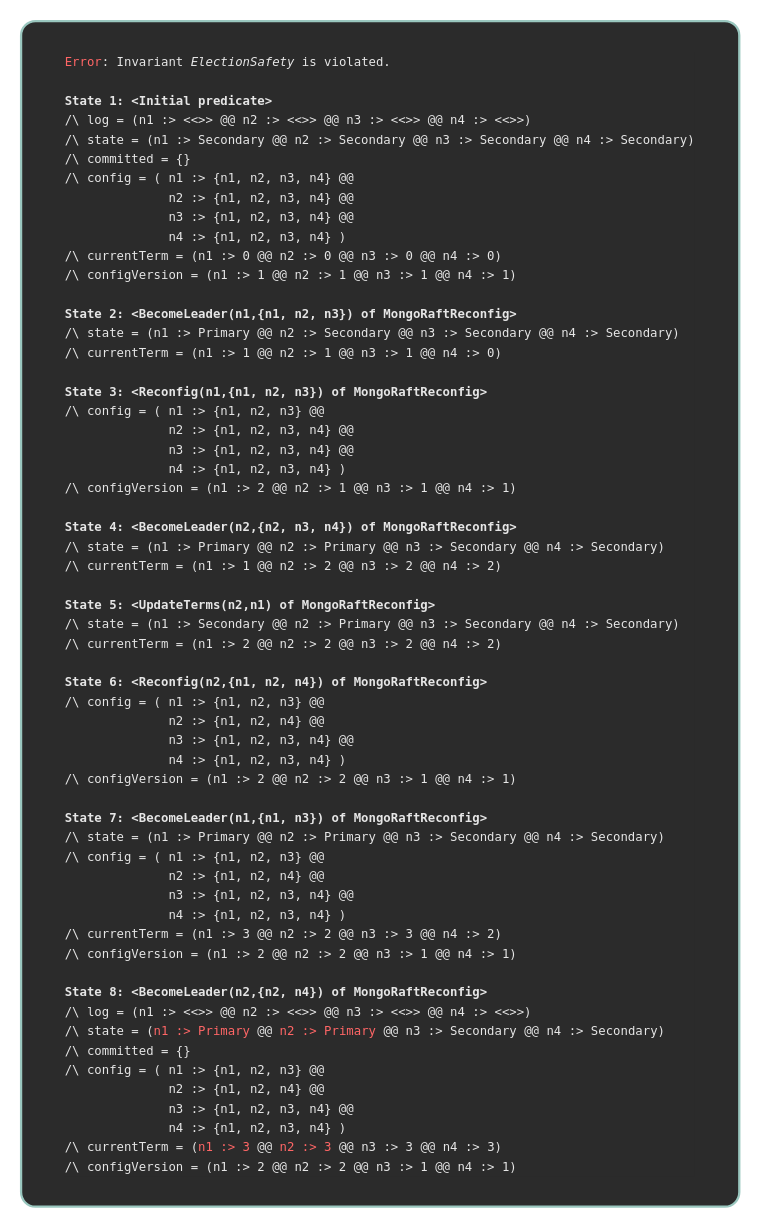
The draw.io diagram page "t4" (3 of 8) of traces/traces.drawio in will62794/reconfig-traces, before the edit. Source tidied: cells renumbered, new cells numbered last; positions are measured from the earlier drawing's top-left corner, leaving out a move shared by most shapes. Both pictures are drawn from the tidied source at 114%, with x=0, y=0 at pixel (21, 21).
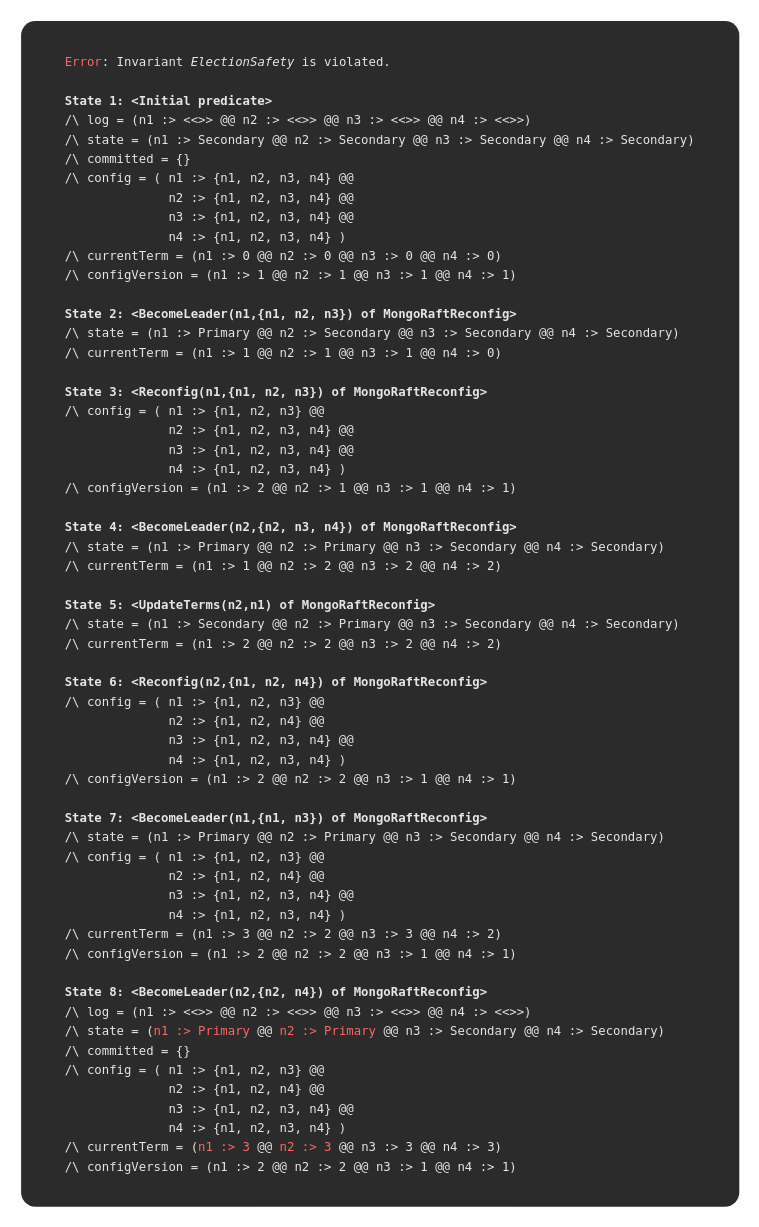
The same page after the edit.

Change to the diagram source:
```diff
@@
 <mxGraphModel>
   <root>
     <mxCell id="0" />
     <mxCell id="1" parent="0" />
-    <mxCell id="2" value="&lt;div style=&quot;background-color: rgb(43, 43, 43); line-height: 16px;&quot;&gt;&lt;div style=&quot;text-align: left;&quot;&gt;&lt;font face=&quot;Menlo, Monaco, Courier New, monospace&quot;&gt;&lt;span style=&quot;font-size: 10.8px; white-space: pre;&quot;&gt;&lt;font style=&quot;color: rgb(255, 102, 102);&quot;&gt;Error&lt;/font&gt;&lt;font color=&quot;#e6e6e6&quot;&gt;: Invariant &lt;i&gt;ElectionSafety&lt;/i&gt; is violated.&lt;br&gt;&lt;/font&gt;&lt;b style=&quot;color: rgb(230, 230, 230);&quot;&gt;&lt;br&gt;&lt;/b&gt;&lt;/span&gt;&lt;/font&gt;&lt;/div&gt;&lt;div style=&quot;text-align: left;&quot;&gt;&lt;font face=&quot;Menlo, Monaco, Courier New, monospace&quot;&gt;&lt;span style=&quot;font-size: 10.8px; white-space: pre;&quot;&gt;&lt;b style=&quot;color: rgb(230, 230, 230);&quot;&gt;State 1: &amp;lt;Initial predicate&amp;gt;&lt;br&gt;&lt;/b&gt;&lt;font color=&quot;#e6e6e6&quot;&gt;/\ log = (n1 :&amp;gt; &amp;lt;&amp;lt;&amp;gt;&amp;gt; @@ n2 :&amp;gt; &amp;lt;&amp;lt;&amp;gt;&amp;gt; @@ n3 :&amp;gt; &amp;lt;&amp;lt;&amp;gt;&amp;gt; @@ n4 :&amp;gt; &amp;lt;&amp;lt;&amp;gt;&amp;gt;)&lt;br&gt;/\ state = (n1 :&amp;gt; Secondary @@ n2 :&amp;gt; Secondary @@ n3 :&amp;gt; Secondary @@ n4 :&amp;gt; Secondary)&lt;br&gt;/\ committed = {}&lt;br&gt;/\ config = ( n1 :&amp;gt; {n1, n2, n3, n4} @@&lt;br&gt;              n2 :&amp;gt; {n1, n2, n3, n4} @@&lt;br&gt;              n3 :&amp;gt; {n1, n2, n3, n4} @@&lt;br&gt;              n4 :&amp;gt; {n1, n2, n3, n4} )&lt;br&gt;/\ currentTerm = (n1 :&amp;gt; 0 @@ n2 :&amp;gt; 0 @@ n3 :&amp;gt; 0 @@ n4 :&amp;gt; 0)&lt;br&gt;/\ configVersion = (n1 :&amp;gt; 1 @@ n2 :&amp;gt; 1 @@ n3 :&amp;gt; 1 @@ n4 :&amp;gt; 1)&lt;br&gt;&lt;br&gt;&lt;/font&gt;&lt;b style=&quot;color: rgb(230, 230, 230);&quot;&gt;State 2: &amp;lt;BecomeLeader(n1,{n1, n2, n3}) of MongoRaftReconfig&amp;gt;&lt;br&gt;&lt;/b&gt;&lt;font color=&quot;#e6e6e6&quot;&gt;/\ state = (n1 :&amp;gt; Primary @@ n2 :&amp;gt; Secondary @@ n3 :&amp;gt; Secondary @@ n4 :&amp;gt; Secondary)&lt;br&gt;/\ currentTerm = (n1 :&amp;gt; 1 @@ n2 :&amp;gt; 1 @@ n3 :&amp;gt; 1 @@ n4 :&amp;gt; 0)&lt;br&gt;&lt;br&gt;&lt;/font&gt;&lt;b style=&quot;color: rgb(230, 230, 230);&quot;&gt;State 3: &amp;lt;Reconfig(n1,{n1, n2, n3}) of MongoRaftReconfig&amp;gt;&lt;br&gt;&lt;/b&gt;&lt;font color=&quot;#e6e6e6&quot;&gt;/\ config = ( n1 :&amp;gt; {n1, n2, n3} @@&lt;br&gt;              n2 :&amp;gt; {n1, n2, n3, n4} @@&lt;br&gt;              n3 :&amp;gt; {n1, n2, n3, n4} @@&lt;br&gt;              n4 :&amp;gt; {n1, n2, n3, n4} )&lt;br&gt;/\ configVersion = (n1 :&amp;gt; 2 @@ n2 :&amp;gt; 1 @@ n3 :&amp;gt; 1 @@ n4 :&amp;gt; 1)&lt;br&gt;&lt;br&gt;&lt;/font&gt;&lt;b style=&quot;color: rgb(230, 230, 230);&quot;&gt;State 4: &amp;lt;BecomeLeader(n2,{n2, n3, n4}) of MongoRaftReconfig&amp;gt;&lt;br&gt;&lt;/b&gt;&lt;font color=&quot;#e6e6e6&quot;&gt;/\ state = (n1 :&amp;gt; Primary @@ n2 :&amp;gt; Primary @@ n3 :&amp;gt; Secondary @@ n4 :&amp;gt; Secondary)&lt;br&gt;/\ currentTerm = (n1 :&amp;gt; 1 @@ n2 :&amp;gt; 2 @@ n3 :&amp;gt; 2 @@ n4 :&amp;gt; 2)&lt;br&gt;&lt;br&gt;&lt;/font&gt;&lt;b style=&quot;color: rgb(230, 230, 230);&quot;&gt;State 5: &amp;lt;UpdateTerms(n2,n1) of MongoRaftReconfig&amp;gt;&lt;br&gt;&lt;/b&gt;&lt;font color=&quot;#e6e6e6&quot;&gt;/\ state = (n1 :&amp;gt; Secondary @@ n2 :&amp;gt; Primary @@ n3 :&amp;gt; Secondary @@ n4 :&amp;gt; Secondary)&lt;br&gt;/\ currentTerm = (n1 :&amp;gt; 2 @@ n2 :&amp;gt; 2 @@ n3 :&amp;gt; 2 @@ n4 :&amp;gt; 2)&lt;br&gt;&lt;br&gt;&lt;/font&gt;&lt;b style=&quot;color: rgb(230, 230, 230);&quot;&gt;State 6: &amp;lt;Reconfig(n2,{n1, n2, n4}) of MongoRaftReconfig&amp;gt;&lt;br&gt;&lt;/b&gt;&lt;font color=&quot;#e6e6e6&quot;&gt;/\ config = ( n1 :&amp;gt; {n1, n2, n3} @@&lt;br&gt;              n2 :&amp;gt; {n1, n2, n4} @@&lt;br&gt;              n3 :&amp;gt; {n1, n2, n3, n4} @@&lt;br&gt;              n4 :&amp;gt; {n1, n2, n3, n4} )&lt;br&gt;/\ configVersion = (n1 :&amp;gt; 2 @@ n2 :&amp;gt; 2 @@ n3 :&amp;gt; 1 @@ n4 :&amp;gt; 1)&lt;br&gt;&lt;br&gt;&lt;/font&gt;&lt;b style=&quot;color: rgb(230, 230, 230);&quot;&gt;State 7: &amp;lt;BecomeLeader(n1,{n1, n3}) of MongoRaftReconfig&amp;gt;&lt;br&gt;&lt;/b&gt;&lt;font color=&quot;#e6e6e6&quot;&gt;/\ state = (n1 :&amp;gt; Primary @@ n2 :&amp;gt; Primary @@ n3 :&amp;gt; Secondary @@ n4 :&amp;gt; Secondary)&lt;br&gt;/\ config = ( n1 :&amp;gt; {n1, n2, n3} @@&lt;br&gt;              n2 :&amp;gt; {n1, n2, n4} @@&lt;br&gt;              n3 :&amp;gt; {n1, n2, n3, n4} @@&lt;br&gt;              n4 :&amp;gt; {n1, n2, n3, n4} )&lt;br&gt;/\ currentTerm = (n1 :&amp;gt; 3 @@ n2 :&amp;gt; 2 @@ n3 :&amp;gt; 3 @@ n4 :&amp;gt; 2)&lt;br&gt;/\ configVersion = (n1 :&amp;gt; 2 @@ n2 :&amp;gt; 2 @@ n3 :&amp;gt; 1 @@ n4 :&amp;gt; 1)&lt;br&gt;&lt;br&gt;&lt;/font&gt;&lt;b style=&quot;color: rgb(230, 230, 230);&quot;&gt;State 8: &amp;lt;BecomeLeader(n2,{n2, n4}) of MongoRaftReconfig&amp;gt;&lt;br&gt;&lt;/b&gt;&lt;font color=&quot;#e6e6e6&quot;&gt;/\ log = (n1 :&amp;gt; &amp;lt;&amp;lt;&amp;gt;&amp;gt; @@ n2 :&amp;gt; &amp;lt;&amp;lt;&amp;gt;&amp;gt; @@ n3 :&amp;gt; &amp;lt;&amp;lt;&amp;gt;&amp;gt; @@ n4 :&amp;gt; &amp;lt;&amp;lt;&amp;gt;&amp;gt;)&lt;br&gt;/\ state = (&lt;/font&gt;&lt;font style=&quot;color: rgb(255, 102, 102);&quot;&gt;n1 :&amp;gt; Primary&lt;/font&gt;&lt;font color=&quot;#e6e6e6&quot;&gt; @@ &lt;/font&gt;&lt;font style=&quot;color: rgb(255, 102, 102);&quot;&gt;n2 :&amp;gt; Primary&lt;/font&gt;&lt;font color=&quot;#e6e6e6&quot;&gt; @@ n3 :&amp;gt; Secondary @@ n4 :&amp;gt; Secondary)&lt;br&gt;/\ committed = {}&lt;br&gt;/\ config = ( n1 :&amp;gt; {n1, n2, n3} @@&lt;br&gt;              n2 :&amp;gt; {n1, n2, n4} @@&lt;br&gt;              n3 :&amp;gt; {n1, n2, n3, n4} @@&lt;br&gt;              n4 :&amp;gt; {n1, n2, n3, n4} )&lt;br&gt;/\ currentTerm = (&lt;/font&gt;&lt;font style=&quot;color: rgb(255, 102, 102);&quot;&gt;n1 :&amp;gt; 3&lt;/font&gt;&lt;font color=&quot;#e6e6e6&quot;&gt; @@ &lt;/font&gt;&lt;font style=&quot;color: rgb(255, 102, 102);&quot;&gt;n2 :&amp;gt; 3&lt;/font&gt;&lt;font color=&quot;#e6e6e6&quot;&gt; @@ n3 :&amp;gt; 3 @@ n4 :&amp;gt; 3)&lt;br&gt;/\ configVersion = (n1 :&amp;gt; 2 @@ n2 :&amp;gt; 2 @@ n3 :&amp;gt; 1 @@ n4 :&amp;gt; 1)&lt;/font&gt;&lt;/span&gt;&lt;/font&gt;&lt;span style=&quot;color: rgb(169, 183, 198); font-family: Menlo, Monaco, &amp;quot;Courier New&amp;quot;, monospace; font-size: 10.8px; white-space: pre;&quot;&gt;&lt;br&gt;&lt;/span&gt;&lt;/div&gt;&lt;/div&gt;" style="text;html=1;align=center;verticalAlign=middle;whiteSpace=wrap;rounded=1;strokeColor=#9AC7BF;fillColor=light-dark(#2B2B2B,#282A35);gradientColor=none;arcSize=2;strokeWidth=2;" parent="1" vertex="1">
+    <mxCell id="2" value="&lt;div style=&quot;background-color: rgb(43, 43, 43); line-height: 16px;&quot;&gt;&lt;div style=&quot;text-align: left;&quot;&gt;&lt;font face=&quot;Menlo, Monaco, Courier New, monospace&quot;&gt;&lt;span style=&quot;font-size: 10.8px; white-space: pre;&quot;&gt;&lt;font style=&quot;color: rgb(255, 102, 102);&quot;&gt;Error&lt;/font&gt;&lt;font color=&quot;#e6e6e6&quot;&gt;: Invariant &lt;i&gt;ElectionSafety&lt;/i&gt; is violated.&lt;br&gt;&lt;/font&gt;&lt;b style=&quot;color: rgb(230, 230, 230);&quot;&gt;&lt;br&gt;&lt;/b&gt;&lt;/span&gt;&lt;/font&gt;&lt;/div&gt;&lt;div style=&quot;text-align: left;&quot;&gt;&lt;font face=&quot;Menlo, Monaco, Courier New, monospace&quot;&gt;&lt;span style=&quot;font-size: 10.8px; white-space: pre;&quot;&gt;&lt;b style=&quot;color: rgb(230, 230, 230);&quot;&gt;State 1: &amp;lt;Initial predicate&amp;gt;&lt;br&gt;&lt;/b&gt;&lt;font color=&quot;#e6e6e6&quot;&gt;/\ log = (n1 :&amp;gt; &amp;lt;&amp;lt;&amp;gt;&amp;gt; @@ n2 :&amp;gt; &amp;lt;&amp;lt;&amp;gt;&amp;gt; @@ n3 :&amp;gt; &amp;lt;&amp;lt;&amp;gt;&amp;gt; @@ n4 :&amp;gt; &amp;lt;&amp;lt;&amp;gt;&amp;gt;)&lt;br&gt;/\ state = (n1 :&amp;gt; Secondary @@ n2 :&amp;gt; Secondary @@ n3 :&amp;gt; Secondary @@ n4 :&amp;gt; Secondary)&lt;br&gt;/\ committed = {}&lt;br&gt;/\ config = ( n1 :&amp;gt; {n1, n2, n3, n4} @@&lt;br&gt;              n2 :&amp;gt; {n1, n2, n3, n4} @@&lt;br&gt;              n3 :&amp;gt; {n1, n2, n3, n4} @@&lt;br&gt;              n4 :&amp;gt; {n1, n2, n3, n4} )&lt;br&gt;/\ currentTerm = (n1 :&amp;gt; 0 @@ n2 :&amp;gt; 0 @@ n3 :&amp;gt; 0 @@ n4 :&amp;gt; 0)&lt;br&gt;/\ configVersion = (n1 :&amp;gt; 1 @@ n2 :&amp;gt; 1 @@ n3 :&amp;gt; 1 @@ n4 :&amp;gt; 1)&lt;br&gt;&lt;br&gt;&lt;/font&gt;&lt;b style=&quot;color: rgb(230, 230, 230);&quot;&gt;State 2: &amp;lt;BecomeLeader(n1,{n1, n2, n3}) of MongoRaftReconfig&amp;gt;&lt;br&gt;&lt;/b&gt;&lt;font color=&quot;#e6e6e6&quot;&gt;/\ state = (n1 :&amp;gt; Primary @@ n2 :&amp;gt; Secondary @@ n3 :&amp;gt; Secondary @@ n4 :&amp;gt; Secondary)&lt;br&gt;/\ currentTerm = (n1 :&amp;gt; 1 @@ n2 :&amp;gt; 1 @@ n3 :&amp;gt; 1 @@ n4 :&amp;gt; 0)&lt;br&gt;&lt;br&gt;&lt;/font&gt;&lt;b style=&quot;color: rgb(230, 230, 230);&quot;&gt;State 3: &amp;lt;Reconfig(n1,{n1, n2, n3}) of MongoRaftReconfig&amp;gt;&lt;br&gt;&lt;/b&gt;&lt;font color=&quot;#e6e6e6&quot;&gt;/\ config = ( n1 :&amp;gt; {n1, n2, n3} @@&lt;br&gt;              n2 :&amp;gt; {n1, n2, n3, n4} @@&lt;br&gt;              n3 :&amp;gt; {n1, n2, n3, n4} @@&lt;br&gt;              n4 :&amp;gt; {n1, n2, n3, n4} )&lt;br&gt;/\ configVersion = (n1 :&amp;gt; 2 @@ n2 :&amp;gt; 1 @@ n3 :&amp;gt; 1 @@ n4 :&amp;gt; 1)&lt;br&gt;&lt;br&gt;&lt;/font&gt;&lt;b style=&quot;color: rgb(230, 230, 230);&quot;&gt;State 4: &amp;lt;BecomeLeader(n2,{n2, n3, n4}) of MongoRaftReconfig&amp;gt;&lt;br&gt;&lt;/b&gt;&lt;font color=&quot;#e6e6e6&quot;&gt;/\ state = (n1 :&amp;gt; Primary @@ n2 :&amp;gt; Primary @@ n3 :&amp;gt; Secondary @@ n4 :&amp;gt; Secondary)&lt;br&gt;/\ currentTerm = (n1 :&amp;gt; 1 @@ n2 :&amp;gt; 2 @@ n3 :&amp;gt; 2 @@ n4 :&amp;gt; 2)&lt;br&gt;&lt;br&gt;&lt;/font&gt;&lt;b style=&quot;color: rgb(230, 230, 230);&quot;&gt;State 5: &amp;lt;UpdateTerms(n2,n1) of MongoRaftReconfig&amp;gt;&lt;br&gt;&lt;/b&gt;&lt;font color=&quot;#e6e6e6&quot;&gt;/\ state = (n1 :&amp;gt; Secondary @@ n2 :&amp;gt; Primary @@ n3 :&amp;gt; Secondary @@ n4 :&amp;gt; Secondary)&lt;br&gt;/\ currentTerm = (n1 :&amp;gt; 2 @@ n2 :&amp;gt; 2 @@ n3 :&amp;gt; 2 @@ n4 :&amp;gt; 2)&lt;br&gt;&lt;br&gt;&lt;/font&gt;&lt;b style=&quot;color: rgb(230, 230, 230);&quot;&gt;State 6: &amp;lt;Reconfig(n2,{n1, n2, n4}) of MongoRaftReconfig&amp;gt;&lt;br&gt;&lt;/b&gt;&lt;font color=&quot;#e6e6e6&quot;&gt;/\ config = ( n1 :&amp;gt; {n1, n2, n3} @@&lt;br&gt;              n2 :&amp;gt; {n1, n2, n4} @@&lt;br&gt;              n3 :&amp;gt; {n1, n2, n3, n4} @@&lt;br&gt;              n4 :&amp;gt; {n1, n2, n3, n4} )&lt;br&gt;/\ configVersion = (n1 :&amp;gt; 2 @@ n2 :&amp;gt; 2 @@ n3 :&amp;gt; 1 @@ n4 :&amp;gt; 1)&lt;br&gt;&lt;br&gt;&lt;/font&gt;&lt;b style=&quot;color: rgb(230, 230, 230);&quot;&gt;State 7: &amp;lt;BecomeLeader(n1,{n1, n3}) of MongoRaftReconfig&amp;gt;&lt;br&gt;&lt;/b&gt;&lt;font color=&quot;#e6e6e6&quot;&gt;/\ state = (n1 :&amp;gt; Primary @@ n2 :&amp;gt; Primary @@ n3 :&amp;gt; Secondary @@ n4 :&amp;gt; Secondary)&lt;br&gt;/\ config = ( n1 :&amp;gt; {n1, n2, n3} @@&lt;br&gt;              n2 :&amp;gt; {n1, n2, n4} @@&lt;br&gt;              n3 :&amp;gt; {n1, n2, n3, n4} @@&lt;br&gt;              n4 :&amp;gt; {n1, n2, n3, n4} )&lt;br&gt;/\ currentTerm = (n1 :&amp;gt; 3 @@ n2 :&amp;gt; 2 @@ n3 :&amp;gt; 3 @@ n4 :&amp;gt; 2)&lt;br&gt;/\ configVersion = (n1 :&amp;gt; 2 @@ n2 :&amp;gt; 2 @@ n3 :&amp;gt; 1 @@ n4 :&amp;gt; 1)&lt;br&gt;&lt;br&gt;&lt;/font&gt;&lt;b style=&quot;color: rgb(230, 230, 230);&quot;&gt;State 8: &amp;lt;BecomeLeader(n2,{n2, n4}) of MongoRaftReconfig&amp;gt;&lt;br&gt;&lt;/b&gt;&lt;font color=&quot;#e6e6e6&quot;&gt;/\ log = (n1 :&amp;gt; &amp;lt;&amp;lt;&amp;gt;&amp;gt; @@ n2 :&amp;gt; &amp;lt;&amp;lt;&amp;gt;&amp;gt; @@ n3 :&amp;gt; &amp;lt;&amp;lt;&amp;gt;&amp;gt; @@ n4 :&amp;gt; &amp;lt;&amp;lt;&amp;gt;&amp;gt;)&lt;br&gt;/\ state = (&lt;/font&gt;&lt;font style=&quot;color: rgb(255, 102, 102);&quot;&gt;n1 :&amp;gt; Primary&lt;/font&gt;&lt;font color=&quot;#e6e6e6&quot;&gt; @@ &lt;/font&gt;&lt;font style=&quot;color: rgb(255, 102, 102);&quot;&gt;n2 :&amp;gt; Primary&lt;/font&gt;&lt;font color=&quot;#e6e6e6&quot;&gt; @@ n3 :&amp;gt; Secondary @@ n4 :&amp;gt; Secondary)&lt;br&gt;/\ committed = {}&lt;br&gt;/\ config = ( n1 :&amp;gt; {n1, n2, n3} @@&lt;br&gt;              n2 :&amp;gt; {n1, n2, n4} @@&lt;br&gt;              n3 :&amp;gt; {n1, n2, n3, n4} @@&lt;br&gt;              n4 :&amp;gt; {n1, n2, n3, n4} )&lt;br&gt;/\ currentTerm = (&lt;/font&gt;&lt;font style=&quot;color: rgb(255, 102, 102);&quot;&gt;n1 :&amp;gt; 3&lt;/font&gt;&lt;font color=&quot;#e6e6e6&quot;&gt; @@ &lt;/font&gt;&lt;font style=&quot;color: rgb(255, 102, 102);&quot;&gt;n2 :&amp;gt; 3&lt;/font&gt;&lt;font color=&quot;#e6e6e6&quot;&gt; @@ n3 :&amp;gt; 3 @@ n4 :&amp;gt; 3)&lt;br&gt;/\ configVersion = (n1 :&amp;gt; 2 @@ n2 :&amp;gt; 2 @@ n3 :&amp;gt; 1 @@ n4 :&amp;gt; 1)&lt;/font&gt;&lt;/span&gt;&lt;/font&gt;&lt;span style=&quot;color: rgb(169, 183, 198); font-family: Menlo, Monaco, &amp;quot;Courier New&amp;quot;, monospace; font-size: 10.8px; white-space: pre;&quot;&gt;&lt;br&gt;&lt;/span&gt;&lt;/div&gt;&lt;/div&gt;" style="text;html=1;align=center;verticalAlign=middle;whiteSpace=wrap;rounded=1;strokeColor=none;fillColor=light-dark(#2B2B2B,#282A35);gradientColor=none;arcSize=2;strokeWidth=2;" parent="1" vertex="1">
       <mxGeometry width="630" height="1040" as="geometry" />
     </mxCell>
   </root>
 </mxGraphModel>
```
